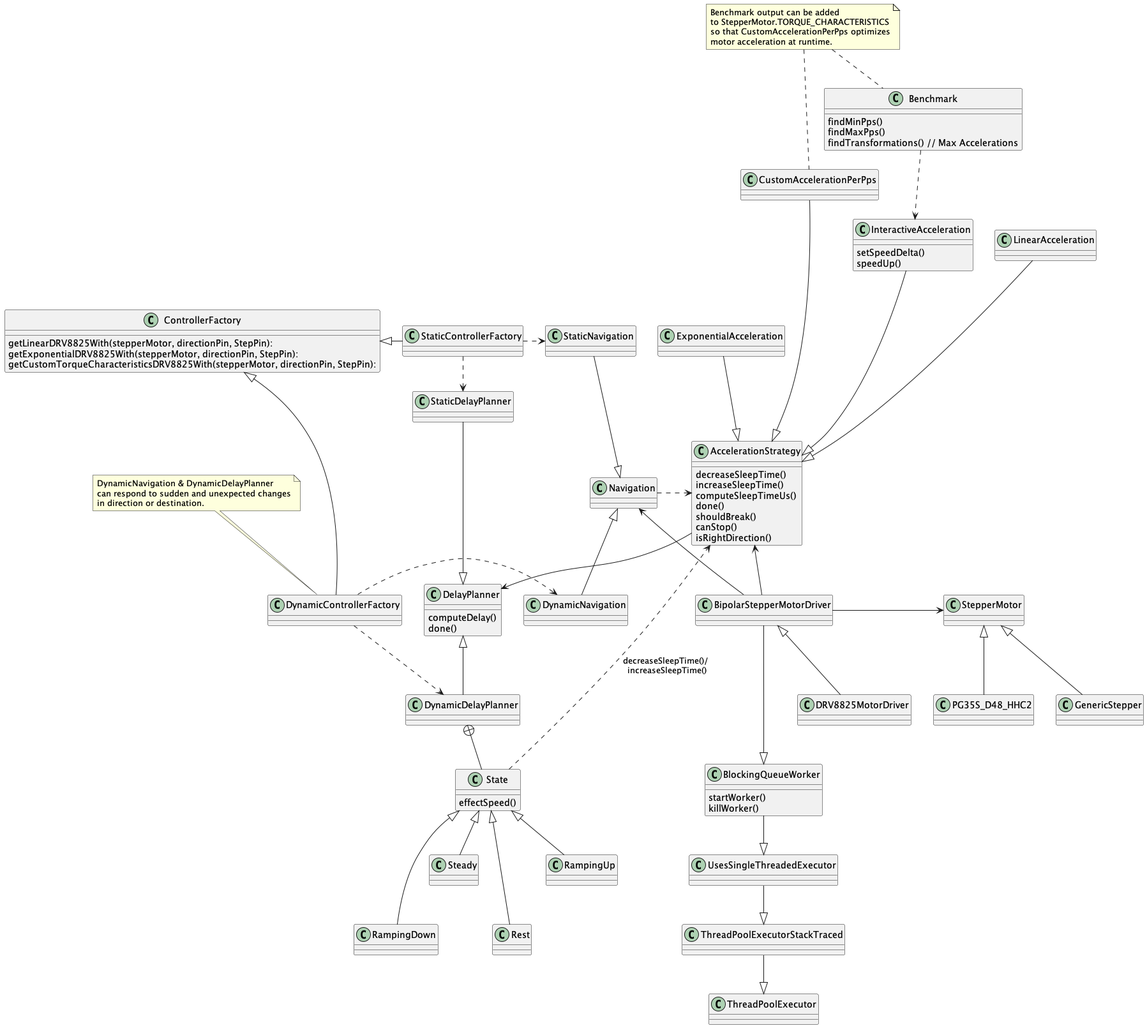
Above: doc/collab.png in juanmf/StepperMotors (PlantUML), before the change.
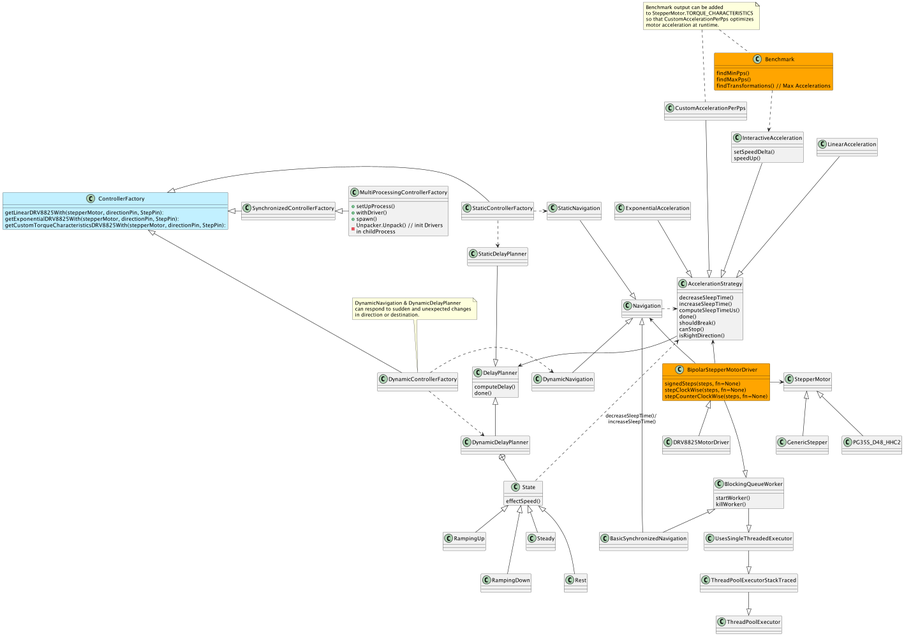
After the change.

The edit, as a diff of the source:
```diff
@@ -6,25 +6,37 @@
 class UsesSingleThreadedExecutor
 class ThreadPoolExecutorStackTraced
 
-class ControllerFactory {
+class ControllerFactory #APPLICATION {
     getLinearDRV8825With(stepperMotor, directionPin, StepPin):
     getExponentialDRV8825With(stepperMotor, directionPin, StepPin):
     getCustomTorqueCharacteristicsDRV8825With(stepperMotor, directionPin, StepPin):
 }
 class StaticControllerFactory
 class DynamicControllerFactory
+class MultiProcessingControllerFactory {
+    +setUpProcess()
+    +withDriver()
+    +spawn()
+    -Unpacker.Unpack() // init Drivers \nin childProcess
+}
 
 class Navigation
 class StaticNavigation
 class DynamicNavigation
+class BasicSynchronizedNavigation
 
-class Benchmark{
+class Benchmark #Orange {
 findMinPps()
 findMaxPps()
 findTransformations() // Max Accelerations
 }
 
-class BipolarStepperMotorDriver
+class BipolarStepperMotorDriver #Orange{
+    signedSteps(steps, fn=None)
+    stepClockWise(steps, fn=None)
+    stepCounterClockWise(steps, fn=None)
+}
+
 class DRV8825MotorDriver
 
 class StepperMotor
@@ -70,6 +82,8 @@
 
 StaticControllerFactory -left-|> ControllerFactory
 DynamicControllerFactory -left-|> ControllerFactory
+SynchronizedControllerFactory -left-|> ControllerFactory
+MultiProcessingControllerFactory -left-|> SynchronizedControllerFactory
 
 DRV8825MotorDriver -up-|> BipolarStepperMotorDriver
 
@@ -84,6 +98,8 @@
 
 StaticNavigation -down-|> Navigation
 DynamicNavigation -up-|> Navigation
+BasicSynchronizedNavigation -up-|> Navigation
+BasicSynchronizedNavigation -up-|> BlockingQueueWorker
 
 LinearAcceleration ---|> AccelerationStrategy
 ExponentialAcceleration --|> AccelerationStrategy
```
